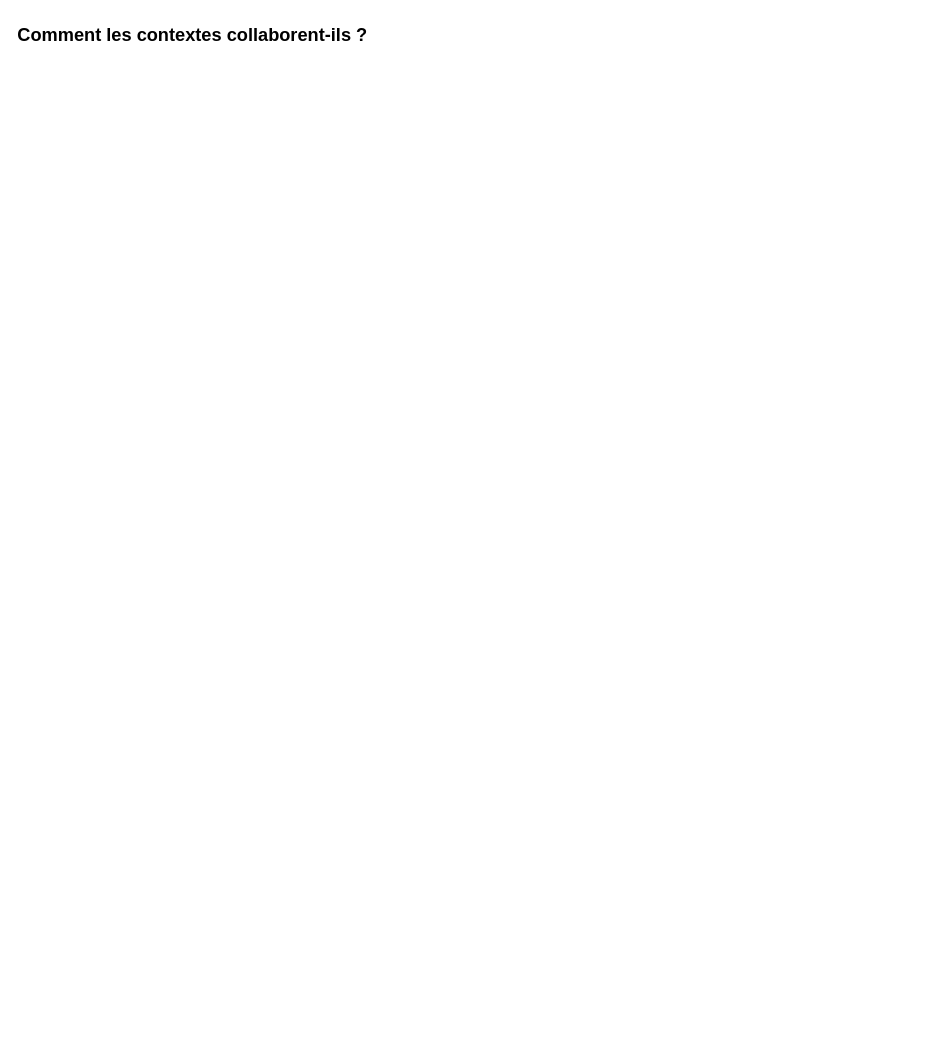
This is docs/diagrammes/2-context-map.drawio from Harini3-commits/ecrans-villeneuve-equipe4, a draw.io file, before an edit. Source tidied: cells renumbered, new cells numbered last; positions are measured from the earlier drawing's top-left corner, leaving out a move shared by most shapes. Both pictures are drawn from the tidied source at 91%, with x=0, y=0 at pixel (15, 15).
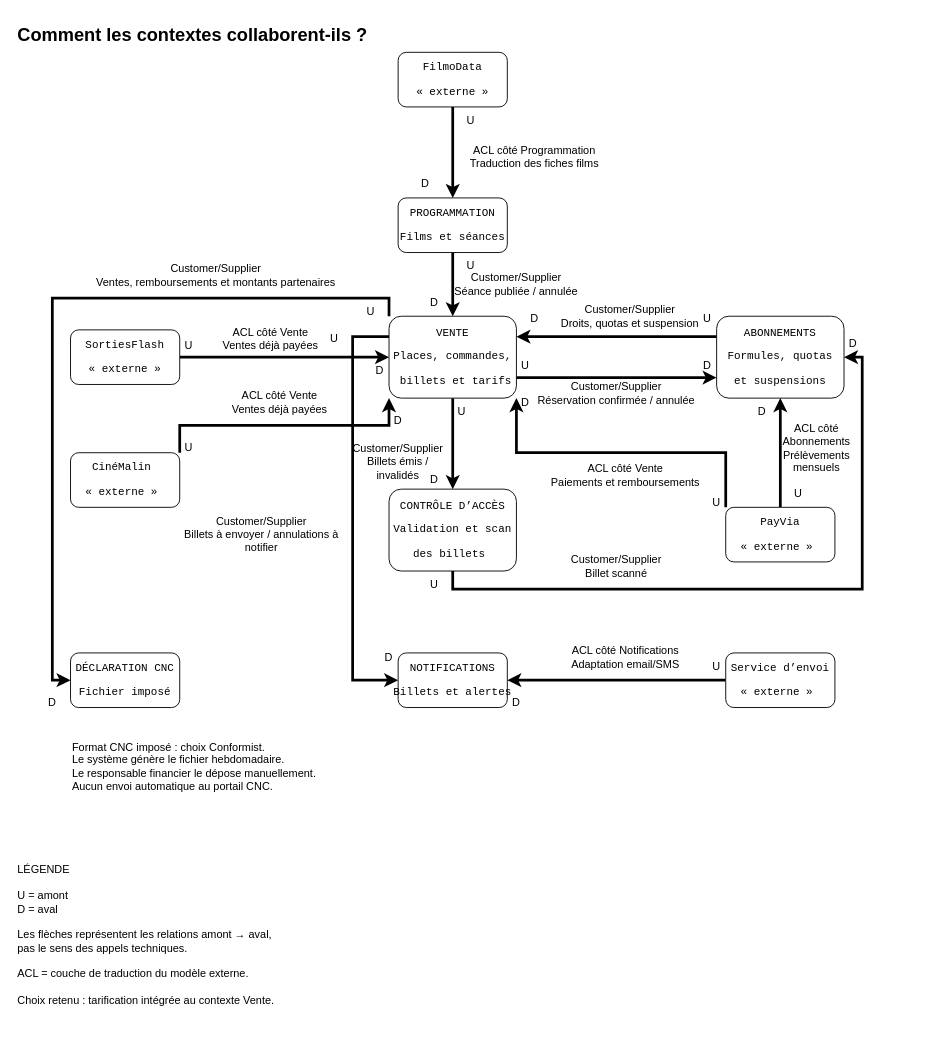
The same page after the edit.

Commit message:
Ajout de la context map et des relations entre contextes

What changed in the source:
```diff
@@
+    <mxCell id="3" style="edgeStyle=orthogonalEdgeStyle;rounded=0;jettySize=auto;html=1;strokeWidth=3;" parent="1" edge="1" source="4" target="6">
+      <mxGeometry relative="1" as="geometry" />
+    </mxCell>
+    <mxCell id="4" value="&lt;pre&gt;FilmoData&lt;/pre&gt;&lt;pre&gt;« externe »&lt;/pre&gt;" style="rounded=1;whiteSpace=wrap;html=1;" parent="1" vertex="1">
+      <mxGeometry x="420" y="40" width="120" height="60" as="geometry" />
+    </mxCell>
+    <mxCell id="5" style="edgeStyle=orthogonalEdgeStyle;rounded=0;jettySize=auto;html=1;strokeWidth=3;" parent="1" edge="1" source="6" target="11">
+      <mxGeometry relative="1" as="geometry" />
+    </mxCell>
+    <mxCell id="6" value="&lt;pre&gt;PROGRAMMATION&lt;/pre&gt;&lt;pre&gt;Films et séances&lt;/pre&gt;" style="rounded=1;whiteSpace=wrap;html=1;" parent="1" vertex="1">
+      <mxGeometry x="420" y="200" width="120" height="60" as="geometry" />
+    </mxCell>
+    <mxCell id="7" style="edgeStyle=orthogonalEdgeStyle;rounded=0;jettySize=auto;html=1;exitX=1;exitY=0.75;exitDx=0;exitDy=0;entryX=0;entryY=0.75;entryDx=0;entryDy=0;strokeWidth=3;" parent="1" edge="1" source="11" target="13">
+      <mxGeometry relative="1" as="geometry" />
+    </mxCell>
+    <mxCell id="8" style="edgeStyle=orthogonalEdgeStyle;rounded=0;jettySize=auto;html=1;exitX=0.5;exitY=1;exitDx=0;exitDy=0;entryX=0.5;entryY=0;entryDx=0;entryDy=0;strokeWidth=3;" parent="1" edge="1" source="11" target="17">
+      <mxGeometry relative="1" as="geometry" />
+    </mxCell>
+    <mxCell id="9" style="edgeStyle=orthogonalEdgeStyle;rounded=0;jettySize=auto;html=1;exitX=0;exitY=0;exitDx=0;exitDy=0;entryX=0;entryY=0.5;entryDx=0;entryDy=0;strokeWidth=3;" parent="1" edge="1" source="11" target="24">
+      <mxGeometry relative="1" as="geometry" />
+    </mxCell>
+    <mxCell id="10" style="edgeStyle=orthogonalEdgeStyle;rounded=0;jettySize=auto;html=1;exitX=0;exitY=0.25;exitDx=0;exitDy=0;entryX=0;entryY=0.5;entryDx=0;entryDy=0;strokeWidth=3;" parent="1" edge="1" source="11" target="23">
+      <mxGeometry relative="1" as="geometry">
+        <Array as="points">
+          <mxPoint x="370" y="352" />
+          <mxPoint x="370" y="730" />
+        </Array>
+      </mxGeometry>
+    </mxCell>
+    <mxCell id="11" value="&lt;pre&gt;VENTE&lt;/pre&gt;&lt;pre&gt;Places, commandes,&lt;/pre&gt;&lt;pre&gt; billets et tarifs&lt;/pre&gt;" style="rounded=1;whiteSpace=wrap;html=1;" parent="1" vertex="1">
+      <mxGeometry x="410" y="330" width="140" height="90" as="geometry" />
+    </mxCell>
+    <mxCell id="12" style="edgeStyle=orthogonalEdgeStyle;rounded=0;jettySize=auto;html=1;exitX=0;exitY=0.25;exitDx=0;exitDy=0;entryX=1;entryY=0.25;entryDx=0;entryDy=0;strokeWidth=3;" parent="1" edge="1" source="13" target="11">
+      <mxGeometry relative="1" as="geometry" />
+    </mxCell>
+    <mxCell id="13" value="&lt;pre&gt;ABONNEMENTS&lt;/pre&gt;&lt;pre&gt;Formules, quotas&lt;/pre&gt;&lt;pre&gt;et suspensions&lt;/pre&gt;" style="rounded=1;whiteSpace=wrap;html=1;" parent="1" vertex="1">
+      <mxGeometry x="770" y="330" width="140" height="90" as="geometry" />
+    </mxCell>
+    <mxCell id="14" style="edgeStyle=orthogonalEdgeStyle;rounded=0;jettySize=auto;html=1;exitX=1;exitY=0.5;exitDx=0;exitDy=0;entryX=0;entryY=0.5;entryDx=0;entryDy=0;strokeWidth=3;" parent="1" edge="1" source="15" target="11">
+      <mxGeometry relative="1" as="geometry" />
+    </mxCell>
+    <mxCell id="15" value="&lt;pre&gt;SortiesFlash&lt;/pre&gt;&lt;pre&gt; « externe » &lt;/pre&gt;" style="rounded=1;whiteSpace=wrap;html=1;" parent="1" vertex="1">
+      <mxGeometry x="60" y="345" width="120" height="60" as="geometry" />
+    </mxCell>
+    <mxCell id="16" style="edgeStyle=orthogonalEdgeStyle;rounded=0;jettySize=auto;html=1;exitX=0.5;exitY=1;exitDx=0;exitDy=0;entryX=1;entryY=0.5;entryDx=0;entryDy=0;strokeWidth=3;" parent="1" edge="1" source="17" target="13">
+      <mxGeometry relative="1" as="geometry" />
+    </mxCell>
+    <mxCell id="17" value="&lt;pre&gt;CONTRÔLE D’ACCÈS&lt;/pre&gt;&lt;pre&gt;Validation et scan&lt;/pre&gt;&lt;pre&gt;des billets &lt;/pre&gt;" style="rounded=1;whiteSpace=wrap;html=1;" parent="1" vertex="1">
+      <mxGeometry x="410" y="520" width="140" height="90" as="geometry" />
+    </mxCell>
+    <mxCell id="18" style="edgeStyle=orthogonalEdgeStyle;rounded=0;jettySize=auto;html=1;exitX=1;exitY=0;exitDx=0;exitDy=0;entryX=0;entryY=1;entryDx=0;entryDy=0;strokeWidth=3;" parent="1" edge="1" source="19" target="11">
+      <mxGeometry relative="1" as="geometry" />
+    </mxCell>
+    <mxCell id="19" value="&lt;pre&gt;CinéMalin &lt;/pre&gt;&lt;pre&gt;« externe » &lt;/pre&gt;" style="rounded=1;whiteSpace=wrap;html=1;" parent="1" vertex="1">
+      <mxGeometry x="60" y="480" width="120" height="60" as="geometry" />
+    </mxCell>
+    <mxCell id="20" style="edgeStyle=orthogonalEdgeStyle;rounded=0;jettySize=auto;html=1;exitX=0;exitY=0;exitDx=0;exitDy=0;entryX=1;entryY=1;entryDx=0;entryDy=0;strokeWidth=3;" parent="1" edge="1" source="22" target="11">
+      <mxGeometry relative="1" as="geometry" />
+    </mxCell>
+    <mxCell id="21" style="edgeStyle=orthogonalEdgeStyle;rounded=0;jettySize=auto;html=1;exitX=0.5;exitY=0;exitDx=0;exitDy=0;entryX=0.5;entryY=1;entryDx=0;entryDy=0;strokeWidth=3;" parent="1" edge="1" source="22" target="13">
+      <mxGeometry relative="1" as="geometry" />
+    </mxCell>
+    <mxCell id="22" value="&lt;pre&gt;PayVia&lt;/pre&gt;&lt;pre&gt;« externe » &lt;/pre&gt;" style="rounded=1;whiteSpace=wrap;html=1;" parent="1" vertex="1">
+      <mxGeometry x="780" y="540" width="120" height="60" as="geometry" />
+    </mxCell>
+    <mxCell id="23" value="&lt;pre&gt;NOTIFICATIONS&lt;/pre&gt;&lt;pre&gt;Billets et alertes&lt;/pre&gt;" style="rounded=1;whiteSpace=wrap;html=1;" parent="1" vertex="1">
+      <mxGeometry x="420" y="700" width="120" height="60" as="geometry" />
+    </mxCell>
+    <mxCell id="24" value="&lt;pre&gt;DÉCLARATION CNC&lt;/pre&gt;&lt;pre&gt;Fichier imposé&lt;/pre&gt;" style="rounded=1;whiteSpace=wrap;html=1;" parent="1" vertex="1">
+      <mxGeometry x="60" y="700" width="120" height="60" as="geometry" />
+    </mxCell>
+    <mxCell id="25" style="edgeStyle=orthogonalEdgeStyle;rounded=0;jettySize=auto;html=1;exitX=0;exitY=0.5;exitDx=0;exitDy=0;strokeWidth=3;" parent="1" edge="1" source="26" target="23">
+      <mxGeometry relative="1" as="geometry" />
+    </mxCell>
+    <mxCell id="26" value="&lt;pre&gt;Service d’envoi&lt;/pre&gt;&lt;pre&gt;« externe » &lt;/pre&gt;" style="rounded=1;whiteSpace=wrap;html=1;" parent="1" vertex="1">
+      <mxGeometry x="780" y="700" width="120" height="60" as="geometry" />
+    </mxCell>
+    <mxCell id="27" value="U" style="text;html=1;whiteSpace=wrap;strokeColor=none;fillColor=none;align=center;verticalAlign=middle;rounded=0;" parent="1" vertex="1">
+      <mxGeometry x="470" y="100" width="60" height="30" as="geometry" />
+    </mxCell>
+    <mxCell id="28" value="D" style="text;html=1;whiteSpace=wrap;strokeColor=none;fillColor=none;align=center;verticalAlign=middle;rounded=0;" parent="1" vertex="1">
+      <mxGeometry x="420" y="170" width="60" height="30" as="geometry" />
+    </mxCell>
+    <mxCell id="29" value="U" style="text;html=1;whiteSpace=wrap;strokeColor=none;fillColor=none;align=center;verticalAlign=middle;rounded=0;" parent="1" vertex="1">
+      <mxGeometry x="470" y="260" width="60" height="30" as="geometry" />
+    </mxCell>
+    <mxCell id="30" value="D" style="text;html=1;whiteSpace=wrap;strokeColor=none;fillColor=none;align=center;verticalAlign=middle;rounded=0;" parent="1" vertex="1">
+      <mxGeometry x="430" y="300" width="60" height="30" as="geometry" />
+    </mxCell>
+    <mxCell id="31" value="U" style="text;html=1;whiteSpace=wrap;strokeColor=none;fillColor=none;align=center;verticalAlign=middle;rounded=0;" parent="1" vertex="1">
+      <mxGeometry x="160" y="348" width="60" height="30" as="geometry" />
+    </mxCell>
+    <mxCell id="32" value="D" style="text;html=1;whiteSpace=wrap;strokeColor=none;fillColor=none;align=center;verticalAlign=middle;rounded=0;" parent="1" vertex="1">
+      <mxGeometry x="370" y="375" width="60" height="30" as="geometry" />
+    </mxCell>
+    <mxCell id="33" value="U" style="text;html=1;whiteSpace=wrap;strokeColor=none;fillColor=none;align=center;verticalAlign=middle;rounded=0;" parent="1" vertex="1">
+      <mxGeometry x="160" y="460" width="60" height="30" as="geometry" />
+    </mxCell>
+    <mxCell id="34" value="U" style="text;html=1;whiteSpace=wrap;strokeColor=none;fillColor=none;align=center;verticalAlign=middle;rounded=0;" parent="1" vertex="1">
+      <mxGeometry x="740" y="520" width="60" height="30" as="geometry" />
+    </mxCell>
+    <mxCell id="35" value="D" style="text;html=1;whiteSpace=wrap;strokeColor=none;fillColor=none;align=center;verticalAlign=middle;rounded=0;" parent="1" vertex="1">
+      <mxGeometry x="530" y="410" width="60" height="30" as="geometry" />
+    </mxCell>
+    <mxCell id="36" value="D" style="text;html=1;whiteSpace=wrap;strokeColor=none;fillColor=none;align=center;verticalAlign=middle;rounded=0;" parent="1" vertex="1">
+      <mxGeometry x="390" y="430" width="60" height="30" as="geometry" />
+    </mxCell>
+    <mxCell id="37" value="U" style="text;html=1;whiteSpace=wrap;strokeColor=none;fillColor=none;align=center;verticalAlign=middle;rounded=0;" parent="1" vertex="1">
+      <mxGeometry x="830" y="510" width="60" height="30" as="geometry" />
+    </mxCell>
+    <mxCell id="38" value="D" style="text;html=1;whiteSpace=wrap;strokeColor=none;fillColor=none;align=center;verticalAlign=middle;rounded=0;" parent="1" vertex="1">
+      <mxGeometry x="790" y="420" width="60" height="30" as="geometry" />
+    </mxCell>
+    <mxCell id="39" value="U" style="text;html=1;whiteSpace=wrap;strokeColor=none;fillColor=none;align=center;verticalAlign=middle;rounded=0;" parent="1" vertex="1">
+      <mxGeometry x="730" y="318" width="60" height="30" as="geometry" />
+    </mxCell>
+    <mxCell id="40" value="D" style="text;html=1;whiteSpace=wrap;strokeColor=none;fillColor=none;align=center;verticalAlign=middle;rounded=0;" parent="1" vertex="1">
+      <mxGeometry x="540" y="318" width="60" height="30" as="geometry" />
+    </mxCell>
+    <mxCell id="41" value="U" style="text;html=1;whiteSpace=wrap;strokeColor=none;fillColor=none;align=center;verticalAlign=middle;rounded=0;" parent="1" vertex="1">
+      <mxGeometry x="530" y="370" width="60" height="30" as="geometry" />
+    </mxCell>
+    <mxCell id="42" value="D" style="text;html=1;whiteSpace=wrap;strokeColor=none;fillColor=none;align=center;verticalAlign=middle;rounded=0;" parent="1" vertex="1">
+      <mxGeometry x="730" y="370" width="60" height="30" as="geometry" />
+    </mxCell>
+    <mxCell id="43" value="U" style="text;html=1;whiteSpace=wrap;strokeColor=none;fillColor=none;align=center;verticalAlign=middle;rounded=0;" parent="1" vertex="1">
+      <mxGeometry x="460" y="420" width="60" height="30" as="geometry" />
+    </mxCell>
+    <mxCell id="44" value="D" style="text;html=1;whiteSpace=wrap;strokeColor=none;fillColor=none;align=center;verticalAlign=middle;rounded=0;" parent="1" vertex="1">
+      <mxGeometry x="430" y="495" width="60" height="30" as="geometry" />
+    </mxCell>
+    <mxCell id="45" value="U" style="text;html=1;whiteSpace=wrap;strokeColor=none;fillColor=none;align=center;verticalAlign=middle;rounded=0;" parent="1" vertex="1">
+      <mxGeometry x="430" y="610" width="60" height="30" as="geometry" />
+    </mxCell>
+    <mxCell id="46" value="D" style="text;html=1;whiteSpace=wrap;strokeColor=none;fillColor=none;align=center;verticalAlign=middle;rounded=0;" parent="1" vertex="1">
+      <mxGeometry x="890" y="345" width="60" height="30" as="geometry" />
+    </mxCell>
+    <mxCell id="47" value="U" style="text;html=1;whiteSpace=wrap;strokeColor=none;fillColor=none;align=center;verticalAlign=middle;rounded=0;" parent="1" vertex="1">
+      <mxGeometry x="360" y="310" width="60" height="30" as="geometry" />
+    </mxCell>
+    <mxCell id="48" value="D" style="text;html=1;whiteSpace=wrap;strokeColor=none;fillColor=none;align=center;verticalAlign=middle;rounded=0;" parent="1" vertex="1">
+      <mxGeometry x="10" y="740" width="60" height="30" as="geometry" />
+    </mxCell>
+    <mxCell id="49" value="U" style="text;html=1;whiteSpace=wrap;strokeColor=none;fillColor=none;align=center;verticalAlign=middle;rounded=0;" parent="1" vertex="1">
+      <mxGeometry x="320" y="340" width="60" height="30" as="geometry" />
+    </mxCell>
+    <mxCell id="50" value="D" style="text;html=1;whiteSpace=wrap;strokeColor=none;fillColor=none;align=center;verticalAlign=middle;rounded=0;" parent="1" vertex="1">
+      <mxGeometry x="380" y="690" width="60" height="30" as="geometry" />
+    </mxCell>
+    <mxCell id="51" value="U" style="text;html=1;whiteSpace=wrap;strokeColor=none;fillColor=none;align=center;verticalAlign=middle;rounded=0;" parent="1" vertex="1">
+      <mxGeometry x="740" y="700" width="60" height="30" as="geometry" />
+    </mxCell>
+    <mxCell id="52" value="D" style="text;html=1;whiteSpace=wrap;strokeColor=none;fillColor=none;align=center;verticalAlign=middle;rounded=0;" parent="1" vertex="1">
+      <mxGeometry x="520" y="740" width="60" height="30" as="geometry" />
+    </mxCell>
+    <mxCell id="53" value="ACL côté Programmation&lt;div&gt;Traduction des fiches films&lt;/div&gt;" style="text;html=1;whiteSpace=wrap;strokeColor=none;fillColor=none;align=center;verticalAlign=middle;rounded=0;" parent="1" vertex="1">
+      <mxGeometry x="480" y="140" width="180" height="30" as="geometry" />
+    </mxCell>
+    <mxCell id="54" value="Customer/Supplier&lt;div&gt;Séance publiée / annulée&lt;/div&gt;" style="text;html=1;whiteSpace=wrap;strokeColor=none;fillColor=none;align=center;verticalAlign=middle;rounded=0;" parent="1" vertex="1">
+      <mxGeometry x="480" y="280" width="140" height="30" as="geometry" />
+    </mxCell>
+    <mxCell id="55" value="ACL côté Vente&lt;br&gt;Ventes déjà payées" style="text;html=1;whiteSpace=wrap;strokeColor=none;fillColor=none;align=center;verticalAlign=middle;rounded=0;" parent="1" vertex="1">
+      <mxGeometry x="220" y="340" width="120" height="30" as="geometry" />
+    </mxCell>
+    <mxCell id="56" value="ACL côté Vente&lt;br&gt;Ventes déjà payées" style="text;html=1;whiteSpace=wrap;strokeColor=none;fillColor=none;align=center;verticalAlign=middle;rounded=0;" parent="1" vertex="1">
+      <mxGeometry x="230" y="410" width="120" height="30" as="geometry" />
+    </mxCell>
+    <mxCell id="57" value="ACL côté Vente&lt;br&gt;Paiements et remboursements" style="text;html=1;whiteSpace=wrap;strokeColor=none;fillColor=none;align=center;verticalAlign=middle;rounded=0;" parent="1" vertex="1">
+      <mxGeometry x="580" y="490" width="180" height="30" as="geometry" />
+    </mxCell>
+    <mxCell id="58" value="ACL côté Abonnements&lt;br&gt;Prélèvements mensuels" style="text;html=1;whiteSpace=wrap;strokeColor=none;fillColor=none;align=center;verticalAlign=middle;rounded=0;" parent="1" vertex="1">
+      <mxGeometry x="830" y="460" width="100" height="30" as="geometry" />
+    </mxCell>
+    <mxCell id="59" value="Customer/Supplier&lt;br&gt;Droits, quotas et suspension" style="text;html=1;whiteSpace=wrap;strokeColor=none;fillColor=none;align=center;verticalAlign=middle;rounded=0;" parent="1" vertex="1">
+      <mxGeometry x="590" y="315" width="170" height="30" as="geometry" />
+    </mxCell>
+    <mxCell id="60" value="Customer/Supplier&lt;br&gt;Réservation confirmée / annulée" style="text;html=1;whiteSpace=wrap;strokeColor=none;fillColor=none;align=center;verticalAlign=middle;rounded=0;" parent="1" vertex="1">
+      <mxGeometry x="570" y="400" width="180" height="30" as="geometry" />
+    </mxCell>
+    <mxCell id="61" value="Customer/Supplier&lt;br&gt;Billets émis / invalidés" style="text;html=1;whiteSpace=wrap;strokeColor=none;fillColor=none;align=center;verticalAlign=middle;rounded=0;" parent="1" vertex="1">
+      <mxGeometry x="380" y="460" width="80" height="60" as="geometry" />
+    </mxCell>
+    <mxCell id="62" value="Customer/Supplier&lt;br&gt;Billet scanné" style="text;html=1;whiteSpace=wrap;strokeColor=none;fillColor=none;align=center;verticalAlign=middle;rounded=0;" parent="1" vertex="1">
+      <mxGeometry x="600" y="590" width="120" height="30" as="geometry" />
+    </mxCell>
+    <mxCell id="63" value="Customer/Supplier&lt;br&gt;Ventes, remboursements et montants partenaires" style="text;html=1;whiteSpace=wrap;strokeColor=none;fillColor=none;align=center;verticalAlign=middle;rounded=0;" parent="1" vertex="1">
+      <mxGeometry x="80" y="270" width="280" height="30" as="geometry" />
+    </mxCell>
+    <mxCell id="64" value="Customer/Supplier&lt;br&gt;Billets à envoyer / annulations à notifier" style="text;html=1;whiteSpace=wrap;strokeColor=none;fillColor=none;align=center;verticalAlign=middle;rounded=0;" parent="1" vertex="1">
+      <mxGeometry x="180" y="555" width="180" height="30" as="geometry" />
+    </mxCell>
+    <mxCell id="65" value="ACL côté Notifications&lt;br&gt;Adaptation email/SMS" style="text;html=1;whiteSpace=wrap;strokeColor=none;fillColor=none;align=center;verticalAlign=middle;rounded=0;" parent="1" vertex="1">
+      <mxGeometry x="600" y="690" width="140" height="30" as="geometry" />
+    </mxCell>
+    <mxCell id="66" value="&lt;div&gt;LÉGENDE&lt;/div&gt;&lt;div&gt;&lt;br&gt;&lt;/div&gt;&lt;div&gt;U = amont&lt;/div&gt;&lt;div&gt;D = aval&lt;/div&gt;&lt;div&gt;&lt;br&gt;&lt;/div&gt;&lt;div&gt;Les flèches représentent les relations amont → aval,&lt;/div&gt;&lt;div&gt;pas le sens des appels techniques.&lt;/div&gt;&lt;div&gt;&lt;br&gt;&lt;/div&gt;&lt;div&gt;ACL = couche de traduction du modèle externe.&lt;/div&gt;&lt;div&gt;&lt;br&gt;&lt;/div&gt;&lt;div&gt;Choix retenu : tarification intégrée au contexte Vente.&lt;/div&gt;" style="text;html=1;whiteSpace=wrap;strokeColor=none;fillColor=none;align=left;verticalAlign=middle;rounded=0;" parent="1" vertex="1">
+      <mxGeometry y="900" width="460" height="220" as="geometry" />
+    </mxCell>
+    <mxCell id="67" value="&lt;div&gt;Format CNC imposé : choix Conformist.&lt;/div&gt;&lt;div&gt;Le système génère le fichier hebdomadaire.&lt;/div&gt;&lt;div&gt;Le responsable financier le dépose manuellement.&lt;/div&gt;&lt;div&gt;Aucun envoi automatique au portail CNC.&lt;/div&gt;" style="text;html=1;whiteSpace=wrap;strokeColor=none;fillColor=none;align=left;verticalAlign=middle;rounded=0;" parent="1" vertex="1">
+      <mxGeometry x="60" y="790" width="320" height="70" as="geometry" />
+    </mxCell>
```
